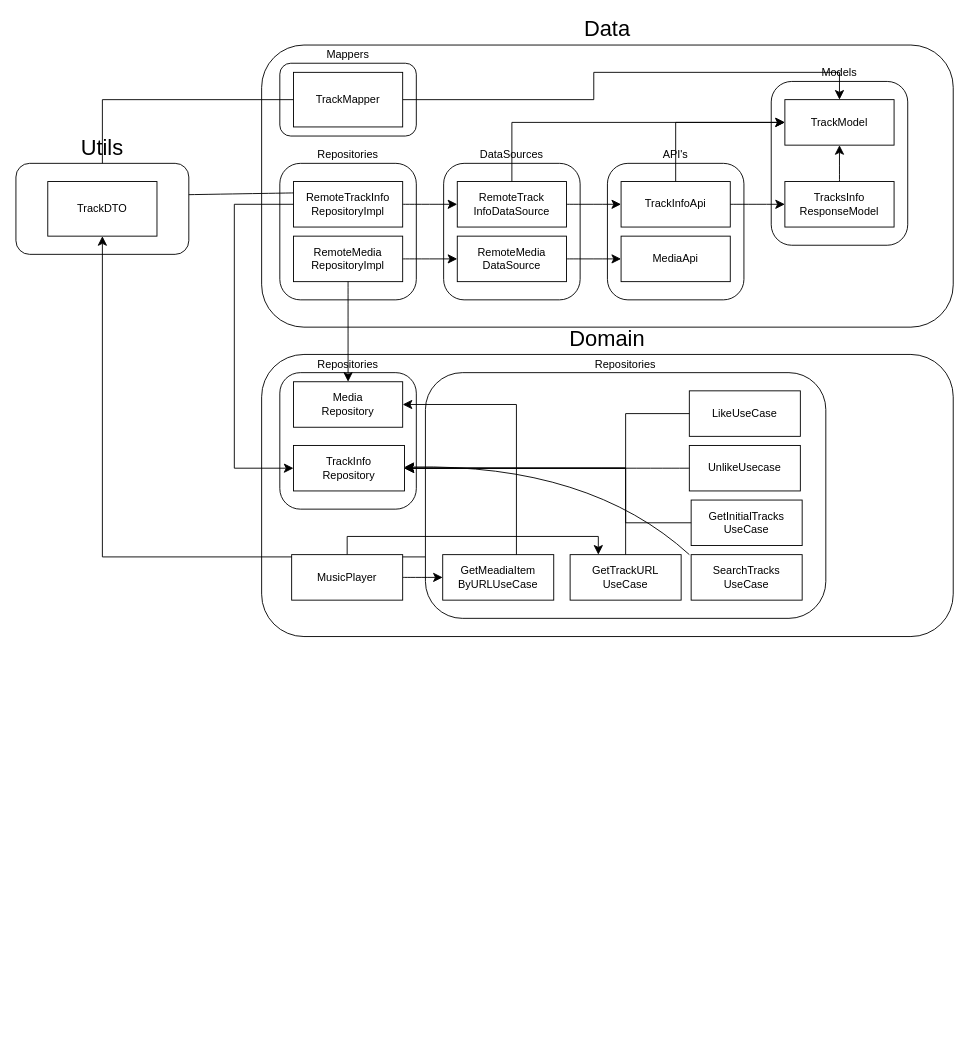
This is diagrams/.drawio from Livmasss/Noizer-backend, a draw.io file, before an edit. Source tidied: cells renumbered, new cells numbered last; positions are measured from the earlier drawing's top-left corner, leaving out a move shared by most shapes. Both pictures are drawn from the tidied source at 91%, with x=0, y=0 at pixel (15, 45).
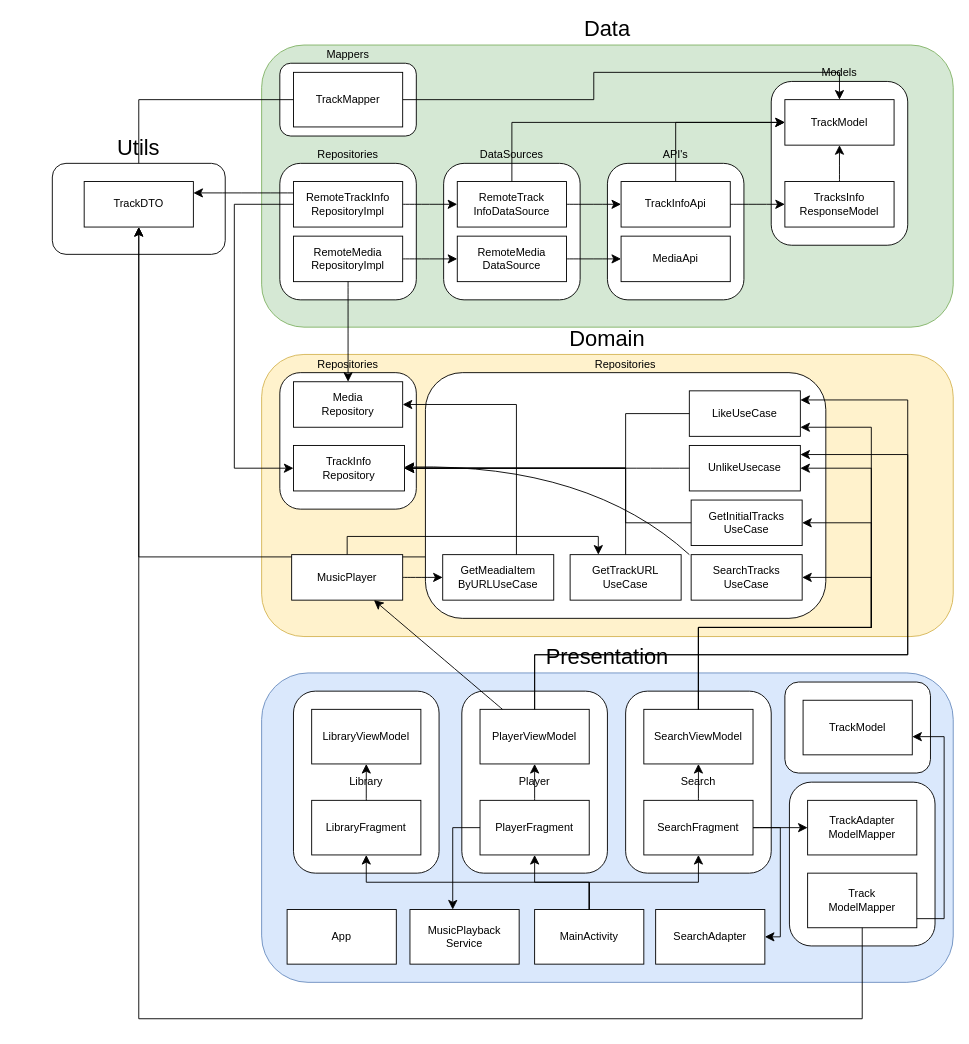
The same diagram, later.

Commit message:
Presentation layer created in .drawio

The change refers to these unchanged cells:
```xml
<mxCell id="16" value="&lt;div&gt;RemoteTrackInfo&lt;/div&gt;&lt;div&gt;RepositoryImpl&lt;/div&gt;" style="rounded=0;whiteSpace=wrap;html=1;" parent="13" vertex="1">
  <mxGeometry x="15" y="20" width="120" height="50" as="geometry" />
</mxCell>
<mxCell id="46" value="UnlikeUsecase" style="rounded=0;whiteSpace=wrap;html=1;" parent="44" vertex="1">
  <mxGeometry x="290" y="80" width="122" height="50" as="geometry" />
</mxCell>
<mxCell id="48" value="LikeUseCase" style="rounded=0;whiteSpace=wrap;html=1;" parent="44" vertex="1">
  <mxGeometry x="290" y="20" width="122" height="50" as="geometry" />
</mxCell>
<mxCell id="49" value="&lt;div&gt;GetInitialTracks&lt;/div&gt;&lt;div&gt;UseCase&lt;br&gt;&lt;/div&gt;" style="rounded=0;whiteSpace=wrap;html=1;" parent="44" vertex="1">
  <mxGeometry x="292" y="140" width="122" height="50" as="geometry" />
</mxCell>
<mxCell id="50" value="&lt;div&gt;SearchTracks&lt;/div&gt;&lt;div&gt;UseCase&lt;br&gt;&lt;/div&gt;" style="rounded=0;whiteSpace=wrap;html=1;" parent="44" vertex="1">
  <mxGeometry x="292" y="200" width="122" height="50" as="geometry" />
</mxCell>
<mxCell id="61" value="MusicPlayer" style="rounded=0;whiteSpace=wrap;html=1;" parent="1" vertex="1">
  <mxGeometry x="303" y="560" width="122" height="50" as="geometry" />
</mxCell>
```

What changed in the source:
```diff
@@
-    <mxCell id="2" value="Data" style="rounded=1;whiteSpace=wrap;html=1;labelPosition=center;verticalLabelPosition=top;align=center;verticalAlign=bottom;fontSize=24;" parent="1" vertex="1">
+    <mxCell id="2" value="Data" style="rounded=1;whiteSpace=wrap;html=1;labelPosition=center;verticalLabelPosition=top;align=center;verticalAlign=bottom;fontSize=24;fillColor=#d5e8d4;strokeColor=#82b366;" parent="1" vertex="1">
       <mxGeometry x="270" width="760" height="310" as="geometry" />
     </mxCell>
@@
-    <mxCell id="27" style="edgeStyle=none;curved=1;rounded=0;jettySize=auto;html=1;fontSize=12;startSize=8;endSize=8;exitX=0;exitY=0.25;exitDx=0;exitDy=0;entryX=1;entryY=0.25;entryDx=0;entryDy=0;" parent="1" edge="1" source="16" target="34">
-      <mxGeometry relative="1" as="geometry" />
-    </mxCell>
@@
     <mxCell id="32" style="group;" parent="1" vertex="1">
-      <mxGeometry y="130" width="190" height="100" as="geometry" />
+      <mxGeometry x="40" y="130" width="190" height="100" as="geometry" />
     </mxCell>
@@
     <mxCell id="34" value="TrackDTO" style="rounded=0;whiteSpace=wrap;html=1;" parent="32" vertex="1">
-      <mxGeometry x="35" y="20" width="120" height="60" as="geometry" />
+      <mxGeometry x="35" y="20" width="120" height="50" as="geometry" />
     </mxCell>
-    <mxCell id="35" value="Domain" style="rounded=1;whiteSpace=wrap;html=1;labelPosition=center;verticalLabelPosition=top;align=center;verticalAlign=bottom;fontSize=24;" parent="1" vertex="1">
+    <mxCell id="35" value="Domain" style="rounded=1;whiteSpace=wrap;html=1;labelPosition=center;verticalLabelPosition=top;align=center;verticalAlign=bottom;fontSize=24;fillColor=#fff2cc;strokeColor=#d6b656;" parent="1" vertex="1">
       <mxGeometry x="270" y="340" width="760" height="310" as="geometry" />
     </mxCell>
@@
+    <mxCell id="62" value="Presentation" style="rounded=1;whiteSpace=wrap;html=1;labelPosition=center;verticalLabelPosition=top;align=center;verticalAlign=bottom;fontSize=24;fillColor=#dae8fc;strokeColor=#6c8ebf;" parent="1" vertex="1">
+      <mxGeometry x="270" y="690" width="760" height="340" as="geometry" />
+    </mxCell>
+    <mxCell id="63" value="App" style="rounded=0;whiteSpace=wrap;html=1;" parent="1" vertex="1">
+      <mxGeometry x="298" y="950" width="120" height="60" as="geometry" />
+    </mxCell>
+    <mxCell id="64" value="MainActivity" style="rounded=0;whiteSpace=wrap;html=1;" parent="1" vertex="1">
+      <mxGeometry x="570" y="950" width="120" height="60" as="geometry" />
+    </mxCell>
+    <mxCell id="65" style="group;" parent="1" vertex="1">
+      <mxGeometry x="490" y="710" width="160" height="200" as="geometry" />
+    </mxCell>
+    <mxCell id="66" value="Player" style="rounded=1;whiteSpace=wrap;html=1;" parent="65" vertex="1">
+      <mxGeometry width="160" height="200" as="geometry" />
+    </mxCell>
+    <mxCell id="67" value="PlayerViewModel" style="rounded=0;whiteSpace=wrap;html=1;" parent="65" vertex="1">
+      <mxGeometry x="20" y="20" width="120" height="60" as="geometry" />
+    </mxCell>
+    <mxCell id="68" style="edgeStyle=none;curved=1;rounded=0;jettySize=auto;html=1;fontSize=12;startSize=8;endSize=8;" parent="65" edge="1" source="69" target="67">
+      <mxGeometry relative="1" as="geometry" />
+    </mxCell>
+    <mxCell id="69" value="PlayerFragment" style="rounded=0;whiteSpace=wrap;html=1;" parent="65" vertex="1">
+      <mxGeometry x="20" y="120" width="120" height="60" as="geometry" />
+    </mxCell>
+    <mxCell id="70" style="group;" parent="1" vertex="1">
+      <mxGeometry x="670" y="710" width="160" height="200" as="geometry" />
+    </mxCell>
+    <mxCell id="71" value="Search" style="rounded=1;whiteSpace=wrap;html=1;" parent="70" vertex="1">
+      <mxGeometry width="160" height="200" as="geometry" />
+    </mxCell>
+    <mxCell id="72" value="SearchViewModel" style="rounded=0;whiteSpace=wrap;html=1;" parent="70" vertex="1">
+      <mxGeometry x="20" y="20" width="120" height="60" as="geometry" />
+    </mxCell>
+    <mxCell id="73" style="edgeStyle=none;curved=1;rounded=0;jettySize=auto;html=1;fontSize=12;startSize=8;endSize=8;" parent="70" edge="1" source="74" target="72">
+      <mxGeometry relative="1" as="geometry" />
+    </mxCell>
+    <mxCell id="74" value="SearchFragment" style="rounded=0;whiteSpace=wrap;html=1;" parent="70" vertex="1">
+      <mxGeometry x="20" y="120" width="120" height="60" as="geometry" />
+    </mxCell>
+    <mxCell id="75" style="group;" parent="1" vertex="1">
+      <mxGeometry x="305" y="710" width="160" height="200" as="geometry" />
+    </mxCell>
+    <mxCell id="76" value="Library" style="rounded=1;whiteSpace=wrap;html=1;" parent="75" vertex="1">
+      <mxGeometry width="160" height="200" as="geometry" />
+    </mxCell>
+    <mxCell id="77" value="LibraryViewModel" style="rounded=0;whiteSpace=wrap;html=1;" parent="75" vertex="1">
+      <mxGeometry x="20" y="20" width="120" height="60" as="geometry" />
+    </mxCell>
+    <mxCell id="78" value="LibraryFragment" style="rounded=0;whiteSpace=wrap;html=1;" parent="75" vertex="1">
+      <mxGeometry x="20" y="120" width="120" height="60" as="geometry" />
+    </mxCell>
+    <mxCell id="79" style="edgeStyle=none;curved=1;rounded=0;jettySize=auto;html=1;fontSize=12;startSize=8;endSize=8;" parent="75" edge="1" source="78" target="77">
+      <mxGeometry relative="1" as="geometry" />
+    </mxCell>
+    <mxCell id="80" value="&lt;div&gt;MusicPlayback&lt;/div&gt;&lt;div&gt;Service&lt;/div&gt;" style="rounded=0;whiteSpace=wrap;html=1;" parent="1" vertex="1">
+      <mxGeometry x="433" y="950" width="120" height="60" as="geometry" />
+    </mxCell>
+    <mxCell id="81" value="SearchAdapter" style="rounded=0;whiteSpace=wrap;html=1;" parent="1" vertex="1">
+      <mxGeometry x="703" y="950" width="120" height="60" as="geometry" />
+    </mxCell>
+    <mxCell id="82" style="group;" parent="1" vertex="1">
+      <mxGeometry x="845" y="700" width="160" height="100" as="geometry" />
+    </mxCell>
+    <mxCell id="83" style="rounded=1;whiteSpace=wrap;html=1;" parent="82" vertex="1">
+      <mxGeometry width="160" height="100" as="geometry" />
+    </mxCell>
+    <mxCell id="84" value="&lt;div&gt;TrackModel&lt;/div&gt;" style="rounded=0;whiteSpace=wrap;html=1;" parent="82" vertex="1">
+      <mxGeometry x="20" y="20" width="120" height="60" as="geometry" />
+    </mxCell>
+    <mxCell id="85" style="group;" parent="1" vertex="1">
+      <mxGeometry x="850" y="810" width="160" height="180" as="geometry" />
+    </mxCell>
+    <mxCell id="86" style="rounded=1;whiteSpace=wrap;html=1;" parent="85" vertex="1">
+      <mxGeometry width="160" height="180" as="geometry" />
+    </mxCell>
+    <mxCell id="87" value="&lt;div&gt;Track&lt;/div&gt;&lt;div&gt;ModelMapper&lt;/div&gt;" style="rounded=0;whiteSpace=wrap;html=1;" parent="85" vertex="1">
+      <mxGeometry x="20" y="100" width="120" height="60" as="geometry" />
+    </mxCell>
+    <mxCell id="88" value="&lt;div&gt;TrackAdapter&lt;/div&gt;&lt;div&gt;ModelMapper&lt;/div&gt;" style="rounded=0;whiteSpace=wrap;html=1;" parent="85" vertex="1">
+      <mxGeometry x="20" y="20" width="120" height="60" as="geometry" />
+    </mxCell>
+    <mxCell id="89" style="edgeStyle=orthogonalEdgeStyle;rounded=0;jettySize=auto;html=1;fontSize=12;startSize=8;endSize=8;" parent="1" edge="1" source="87" target="84">
+      <mxGeometry relative="1" as="geometry">
+        <Array as="points">
+          <mxPoint x="1020" y="960" />
+          <mxPoint x="1020" y="760" />
+        </Array>
+      </mxGeometry>
+    </mxCell>
+    <mxCell id="90" style="edgeStyle=orthogonalEdgeStyle;rounded=0;jettySize=auto;html=1;fontSize=12;startSize=8;endSize=8;" parent="1" edge="1" source="74" target="81">
+      <mxGeometry relative="1" as="geometry">
+        <Array as="points">
+          <mxPoint x="840" y="860" />
+          <mxPoint x="840" y="980" />
+        </Array>
+      </mxGeometry>
+    </mxCell>
+    <mxCell id="91" style="edgeStyle=orthogonalEdgeStyle;rounded=0;jettySize=auto;html=1;fontSize=12;startSize=8;endSize=8;" parent="1" edge="1" source="69" target="80">
+      <mxGeometry relative="1" as="geometry">
+        <Array as="points">
+          <mxPoint x="480" y="860" />
+        </Array>
+      </mxGeometry>
+    </mxCell>
+    <mxCell id="92" style="edgeStyle=orthogonalEdgeStyle;rounded=0;jettySize=auto;html=1;fontSize=12;startSize=8;endSize=8;" parent="1" edge="1" source="64" target="74">
+      <mxGeometry relative="1" as="geometry" />
+    </mxCell>
+    <mxCell id="93" style="edgeStyle=orthogonalEdgeStyle;rounded=0;jettySize=auto;html=1;fontSize=12;startSize=8;endSize=8;" parent="1" edge="1" source="64" target="69">
+      <mxGeometry relative="1" as="geometry" />
+    </mxCell>
+    <mxCell id="94" style="edgeStyle=orthogonalEdgeStyle;rounded=0;jettySize=auto;html=1;fontSize=12;startSize=8;endSize=8;" parent="1" edge="1" source="64" target="78">
+      <mxGeometry relative="1" as="geometry">
+        <Array as="points">
+          <mxPoint x="630" y="920" />
+          <mxPoint x="385" y="920" />
+        </Array>
+      </mxGeometry>
+    </mxCell>
+    <mxCell id="95" style="edgeStyle=none;curved=1;rounded=0;jettySize=auto;html=1;fontSize=12;startSize=8;endSize=8;" parent="1" edge="1" source="67" target="61">
+      <mxGeometry relative="1" as="geometry" />
+    </mxCell>
+    <mxCell id="96" style="edgeStyle=orthogonalEdgeStyle;rounded=0;jettySize=auto;html=1;fontSize=12;startSize=8;endSize=8;" parent="1" edge="1" source="67" target="46">
+      <mxGeometry relative="1" as="geometry">
+        <Array as="points">
+          <mxPoint x="570" y="670" />
+          <mxPoint x="980" y="670" />
+          <mxPoint x="980" y="450" />
+        </Array>
+      </mxGeometry>
+    </mxCell>
+    <mxCell id="97" style="edgeStyle=orthogonalEdgeStyle;rounded=0;jettySize=auto;html=1;fontSize=12;startSize=8;endSize=8;" parent="1" edge="1" source="67" target="48">
+      <mxGeometry relative="1" as="geometry">
+        <Array as="points">
+          <mxPoint x="570" y="670" />
+          <mxPoint x="980" y="670" />
+          <mxPoint x="980" y="390" />
+        </Array>
+      </mxGeometry>
+    </mxCell>
+    <mxCell id="98" style="edgeStyle=orthogonalEdgeStyle;rounded=0;jettySize=auto;html=1;fontSize=12;startSize=8;endSize=8;" parent="1" edge="1" source="72" target="50">
+      <mxGeometry relative="1" as="geometry">
+        <Array as="points">
+          <mxPoint x="750" y="640" />
+          <mxPoint x="940" y="640" />
+          <mxPoint x="940" y="585" />
+        </Array>
+      </mxGeometry>
+    </mxCell>
+    <mxCell id="99" style="edgeStyle=orthogonalEdgeStyle;rounded=0;jettySize=auto;html=1;fontSize=12;startSize=8;endSize=8;" parent="1" edge="1" source="72" target="49">
+      <mxGeometry relative="1" as="geometry">
+        <Array as="points">
+          <mxPoint x="750" y="640" />
+          <mxPoint x="940" y="640" />
+          <mxPoint x="940" y="525" />
+        </Array>
+      </mxGeometry>
+    </mxCell>
+    <mxCell id="100" style="edgeStyle=orthogonalEdgeStyle;rounded=0;jettySize=auto;html=1;fontSize=12;startSize=8;endSize=8;" parent="1" edge="1" source="87" target="34">
+      <mxGeometry relative="1" as="geometry">
+        <Array as="points">
+          <mxPoint x="930" y="1070" />
+          <mxPoint x="135" y="1070" />
+        </Array>
+      </mxGeometry>
+    </mxCell>
+    <mxCell id="101" style="edgeStyle=none;curved=1;rounded=0;jettySize=auto;html=1;fontSize=12;startSize=8;endSize=8;" parent="1" edge="1" source="74" target="88">
+      <mxGeometry relative="1" as="geometry" />
+    </mxCell>
+    <mxCell id="27" style="edgeStyle=none;curved=1;rounded=0;jettySize=auto;html=1;fontSize=12;startSize=8;endSize=8;exitX=0;exitY=0.25;exitDx=0;exitDy=0;entryX=1;entryY=0.25;entryDx=0;entryDy=0;" parent="1" edge="1" source="16" target="34">
+      <mxGeometry relative="1" as="geometry" />
+    </mxCell>
+    <mxCell id="102" style="edgeStyle=orthogonalEdgeStyle;rounded=0;jettySize=auto;html=1;fontSize=12;startSize=8;endSize=8;" parent="1" edge="1" source="72" target="48">
+      <mxGeometry relative="1" as="geometry">
+        <Array as="points">
+          <mxPoint x="750" y="640" />
+          <mxPoint x="940" y="640" />
+          <mxPoint x="940" y="420" />
+        </Array>
+      </mxGeometry>
+    </mxCell>
+    <mxCell id="103" style="edgeStyle=orthogonalEdgeStyle;rounded=0;jettySize=auto;html=1;fontSize=12;startSize=8;endSize=8;" parent="1" edge="1" source="72" target="46">
+      <mxGeometry relative="1" as="geometry">
+        <Array as="points">
+          <mxPoint x="750" y="640" />
+          <mxPoint x="940" y="640" />
+          <mxPoint x="940" y="465" />
+        </Array>
+      </mxGeometry>
+    </mxCell>
```
